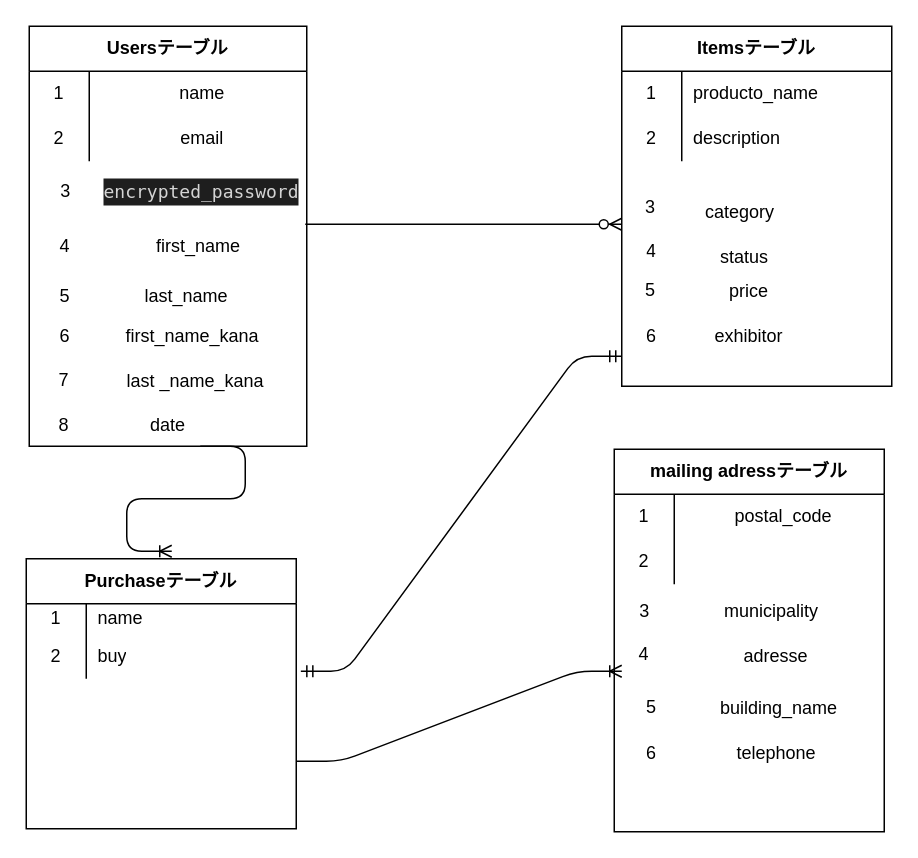
This is er.dio from takashi-Q/furima-34867, a draw.io file, before an edit. Source tidied: cells renumbered, new cells numbered last; positions are measured from the earlier drawing's top-left corner, leaving out a move shared by most shapes. Both pictures are drawn from the tidied source at 150%, with x=0, y=0 at pixel (26, 26).
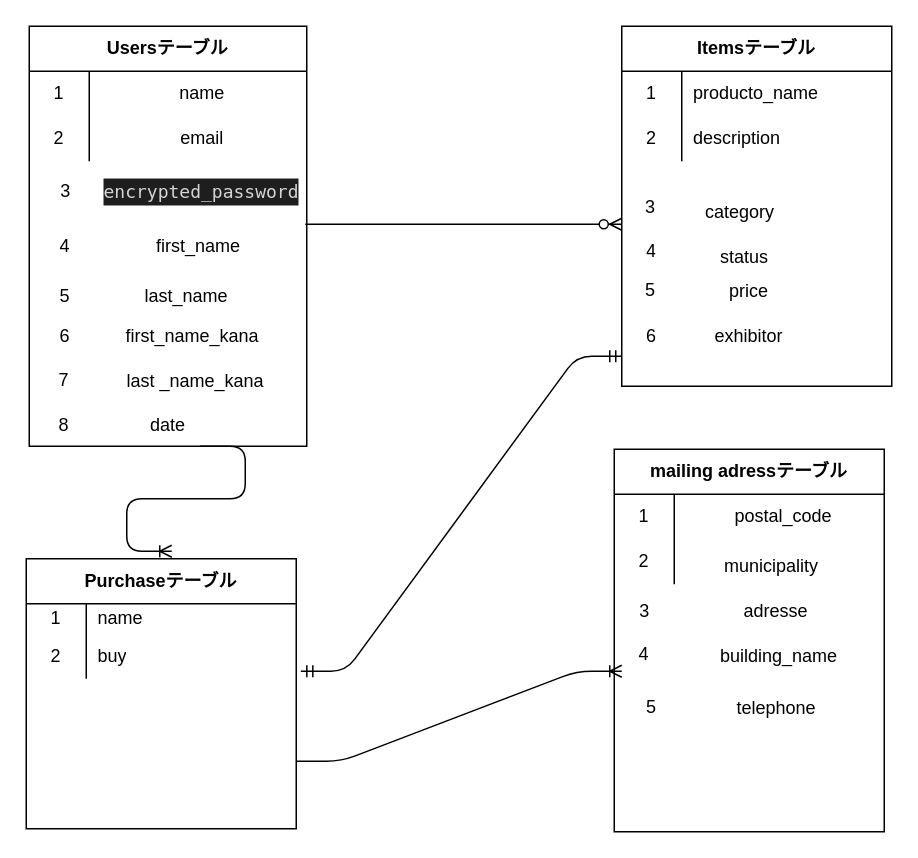
The same diagram, later.

Diff of the diagram source:
```diff
@@
     <mxCell id="54" value="municipality" style="text;html=1;strokeColor=none;fillColor=none;align=center;verticalAlign=middle;whiteSpace=wrap;rounded=0;" parent="1" vertex="1">
-      <mxGeometry x="477" y="380" width="40" height="20" as="geometry" />
+      <mxGeometry x="477" y="350" width="40" height="20" as="geometry" />
     </mxCell>
@@
     <mxCell id="57" value="adresse" style="shape=partialRectangle;html=1;whiteSpace=wrap;fillColor=none;top=0;left=0;bottom=0;right=0;align=center;spacingLeft=6;overflow=hidden;" parent="1" vertex="1">
-      <mxGeometry x="427" y="405" width="140" height="30" as="geometry" />
+      <mxGeometry x="427" y="375" width="140" height="30" as="geometry" />
     </mxCell>
     <mxCell id="58" value="building_name" style="text;html=1;strokeColor=none;fillColor=none;align=center;verticalAlign=middle;whiteSpace=wrap;rounded=0;" parent="1" vertex="1">
-      <mxGeometry x="462" y="445" width="80" height="20" as="geometry" />
+      <mxGeometry x="462" y="410" width="80" height="20" as="geometry" />
     </mxCell>
     <mxCell id="59" value="telephone&amp;nbsp;" style="text;html=1;strokeColor=none;fillColor=none;align=center;verticalAlign=middle;whiteSpace=wrap;rounded=0;" parent="1" vertex="1">
-      <mxGeometry x="437" y="475" width="130" height="20" as="geometry" />
+      <mxGeometry x="437" y="445" width="130" height="20" as="geometry" />
     </mxCell>
@@
-    <mxCell id="62" value="6" style="shape=partialRectangle;html=1;whiteSpace=wrap;fillColor=none;top=0;left=0;bottom=0;right=0;overflow=hidden;" parent="1" vertex="1">
-      <mxGeometry x="397" y="470" width="40" height="30" as="geometry" />
-    </mxCell>
```
